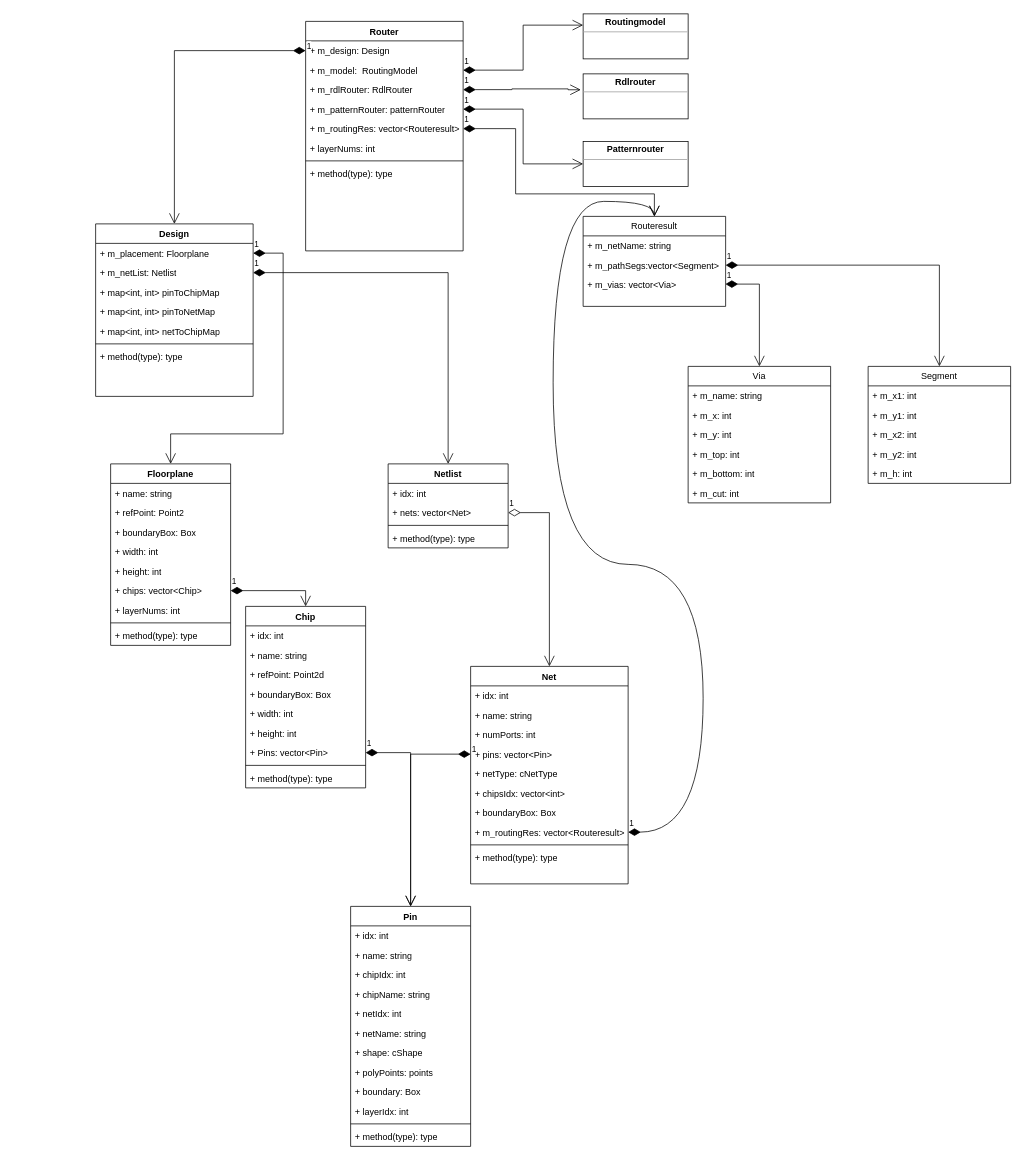
Davidlihuang/DrawIODir keeps this draw.io diagram as SoftWareTopLevel.drawio. Above is the earlier version. Source tidied: cells renumbered, new cells numbered last; positions are measured from the earlier drawing's top-left corner, leaving out a move shared by most shapes. Both pictures are drawn from the tidied source at 75%, with x=0, y=0 at pixel (95, 14).
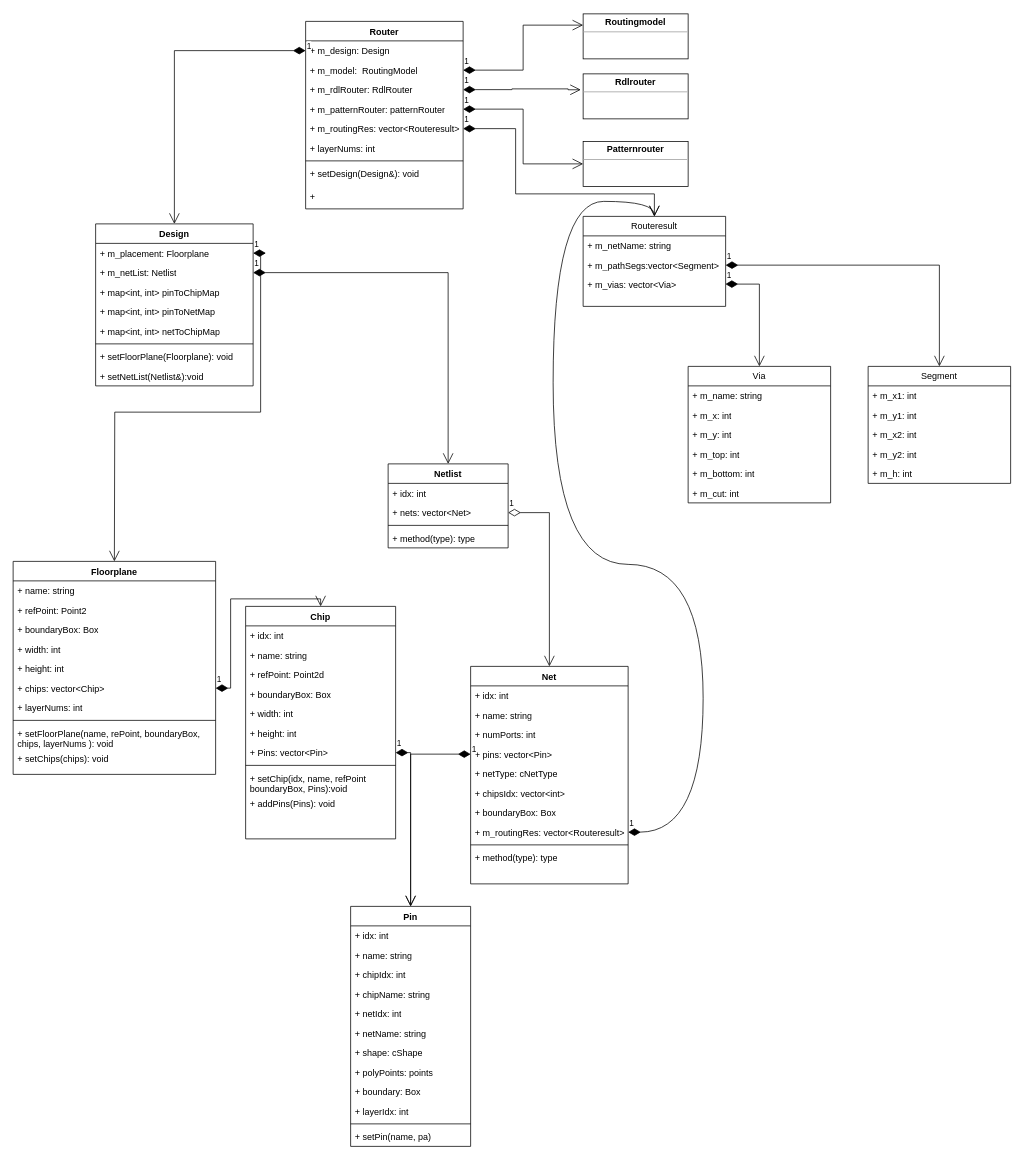
After the change.

Unchanged cells that the change refers to:
```xml
<mxCell id="22" value="Pin" style="swimlane;fontStyle=1;align=center;verticalAlign=top;horizontal=1;startSize=26;whiteSpace=wrap;html=1;" parent="1" vertex="1">
  <mxGeometry x="340" y="1190" width="160" height="320" as="geometry" />
</mxCell>
<mxCell id="56" value="+ m_placement: Floorplane" style="text;strokeColor=none;fillColor=none;align=left;verticalAlign=top;spacingLeft=4;spacingRight=4;overflow=hidden;points=[[0,0.5],[1,0.5]];portConstraint=eastwest;whiteSpace=wrap;html=1;" parent="55" vertex="1">
  <mxGeometry y="26" width="210" height="26" as="geometry" />
</mxCell>
```

Change to the diagram source:
```diff
@@
     <mxCell id="2" value="Floorplane" style="swimlane;fontStyle=1;align=center;verticalAlign=top;horizontal=1;startSize=26;whiteSpace=wrap;html=1;" parent="1" vertex="1">
-      <mxGeometry x="20" y="600" width="160" height="242" as="geometry" />
+      <mxGeometry x="-110" y="730" width="270" height="284" as="geometry" />
     </mxCell>
     <mxCell id="3" value="+ name: string" style="text;strokeColor=none;fillColor=none;align=left;verticalAlign=top;spacingLeft=4;spacingRight=4;overflow=hidden;whiteSpace=wrap;html=1;" parent="2" vertex="1">
-      <mxGeometry y="26" width="160" height="26" as="geometry" />
+      <mxGeometry y="26" width="270" height="26" as="geometry" />
     </mxCell>
     <mxCell id="4" value="+ refPoint: Point2" style="text;strokeColor=none;fillColor=none;align=left;verticalAlign=top;spacingLeft=4;spacingRight=4;overflow=hidden;whiteSpace=wrap;html=1;" parent="2" vertex="1">
-      <mxGeometry y="52" width="160" height="26" as="geometry" />
+      <mxGeometry y="52" width="270" height="26" as="geometry" />
     </mxCell>
     <mxCell id="5" value="+ boundaryBox: Box" style="text;strokeColor=none;fillColor=none;align=left;verticalAlign=top;spacingLeft=4;spacingRight=4;overflow=hidden;whiteSpace=wrap;html=1;" parent="2" vertex="1">
-      <mxGeometry y="78" width="160" height="26" as="geometry" />
+      <mxGeometry y="78" width="270" height="26" as="geometry" />
     </mxCell>
     <mxCell id="6" value="+ width: int" style="text;strokeColor=none;fillColor=none;align=left;verticalAlign=top;spacingLeft=4;spacingRight=4;overflow=hidden;whiteSpace=wrap;html=1;" parent="2" vertex="1">
-      <mxGeometry y="104" width="160" height="26" as="geometry" />
+      <mxGeometry y="104" width="270" height="26" as="geometry" />
     </mxCell>
     <mxCell id="7" value="+ height: int" style="text;strokeColor=none;fillColor=none;align=left;verticalAlign=top;spacingLeft=4;spacingRight=4;overflow=hidden;whiteSpace=wrap;html=1;" parent="2" vertex="1">
-      <mxGeometry y="130" width="160" height="26" as="geometry" />
+      <mxGeometry y="130" width="270" height="26" as="geometry" />
     </mxCell>
     <mxCell id="8" value="+ chips: vector&amp;lt;Chip&amp;gt;" style="text;strokeColor=none;fillColor=none;align=left;verticalAlign=top;spacingLeft=4;spacingRight=4;overflow=hidden;points=[[0,0.5],[1,0.5]];portConstraint=eastwest;whiteSpace=wrap;html=1;" parent="2" vertex="1">
-      <mxGeometry y="156" width="160" height="26" as="geometry" />
+      <mxGeometry y="156" width="270" height="26" as="geometry" />
     </mxCell>
     <mxCell id="9" value="+ layerNums: int" style="text;strokeColor=none;fillColor=none;align=left;verticalAlign=top;spacingLeft=4;spacingRight=4;overflow=hidden;whiteSpace=wrap;html=1;" parent="2" vertex="1">
-      <mxGeometry y="182" width="160" height="26" as="geometry" />
+      <mxGeometry y="182" width="270" height="26" as="geometry" />
     </mxCell>
     <mxCell id="10" style="line;strokeWidth=1;fillColor=none;align=left;verticalAlign=middle;spacingTop=-1;spacingLeft=3;spacingRight=3;labelPosition=right;strokeColor=inherit;" parent="2" vertex="1">
-      <mxGeometry y="208" width="160" height="8" as="geometry" />
+      <mxGeometry y="208" width="270" height="8" as="geometry" />
     </mxCell>
+    <mxCell id="102" value="+ setFloorPlane(name, rePoint, boundaryBox, chips, layerNums ): void" style="text;strokeColor=none;fillColor=none;align=left;verticalAlign=top;spacingLeft=4;spacingRight=4;overflow=hidden;whiteSpace=wrap;html=1;" parent="2" vertex="1">
+      <mxGeometry y="216" width="270" height="34" as="geometry" />
+    </mxCell>
-    <mxCell id="11" value="+ method(type): type" style="text;strokeColor=none;fillColor=none;align=left;verticalAlign=top;spacingLeft=4;spacingRight=4;overflow=hidden;whiteSpace=wrap;html=1;" parent="2" vertex="1">
-      <mxGeometry y="216" width="160" height="26" as="geometry" />
+    <mxCell id="11" value="+ setChips(chips): void" style="text;strokeColor=none;fillColor=none;align=left;verticalAlign=top;spacingLeft=4;spacingRight=4;overflow=hidden;whiteSpace=wrap;html=1;" parent="2" vertex="1">
+      <mxGeometry y="250" width="270" height="34" as="geometry" />
     </mxCell>
     <mxCell id="12" value="Chip" style="swimlane;fontStyle=1;align=center;verticalAlign=top;horizontal=1;startSize=26;whiteSpace=wrap;html=1;" parent="1" vertex="1">
-      <mxGeometry x="200" y="790" width="160" height="242" as="geometry" />
+      <mxGeometry x="200" y="790" width="200" height="310" as="geometry" />
     </mxCell>
     <mxCell id="13" value="+ idx: int" style="text;strokeColor=none;fillColor=none;align=left;verticalAlign=top;spacingLeft=4;spacingRight=4;overflow=hidden;whiteSpace=wrap;html=1;" parent="12" vertex="1">
-      <mxGeometry y="26" width="160" height="26" as="geometry" />
+      <mxGeometry y="26" width="200" height="26" as="geometry" />
     </mxCell>
     <mxCell id="14" value="+ name: string" style="text;strokeColor=none;fillColor=none;align=left;verticalAlign=top;spacingLeft=4;spacingRight=4;overflow=hidden;whiteSpace=wrap;html=1;" parent="12" vertex="1">
-      <mxGeometry y="52" width="160" height="26" as="geometry" />
+      <mxGeometry y="52" width="200" height="26" as="geometry" />
     </mxCell>
     <mxCell id="15" value="+ refPoint: Point2d" style="text;strokeColor=none;fillColor=none;align=left;verticalAlign=top;spacingLeft=4;spacingRight=4;overflow=hidden;whiteSpace=wrap;html=1;" parent="12" vertex="1">
-      <mxGeometry y="78" width="160" height="26" as="geometry" />
+      <mxGeometry y="78" width="200" height="26" as="geometry" />
     </mxCell>
     <mxCell id="16" value="+ boundaryBox: Box" style="text;strokeColor=none;fillColor=none;align=left;verticalAlign=top;spacingLeft=4;spacingRight=4;overflow=hidden;whiteSpace=wrap;html=1;" parent="12" vertex="1">
-      <mxGeometry y="104" width="160" height="26" as="geometry" />
+      <mxGeometry y="104" width="200" height="26" as="geometry" />
     </mxCell>
     <mxCell id="17" value="+ width: int" style="text;strokeColor=none;fillColor=none;align=left;verticalAlign=top;spacingLeft=4;spacingRight=4;overflow=hidden;whiteSpace=wrap;html=1;" parent="12" vertex="1">
-      <mxGeometry y="130" width="160" height="26" as="geometry" />
+      <mxGeometry y="130" width="200" height="26" as="geometry" />
     </mxCell>
     <mxCell id="18" value="+ height: int" style="text;strokeColor=none;fillColor=none;align=left;verticalAlign=top;spacingLeft=4;spacingRight=4;overflow=hidden;whiteSpace=wrap;html=1;" parent="12" vertex="1">
-      <mxGeometry y="156" width="160" height="26" as="geometry" />
+      <mxGeometry y="156" width="200" height="26" as="geometry" />
     </mxCell>
     <mxCell id="19" value="+ Pins: vector&amp;lt;Pin&amp;gt;" style="text;strokeColor=none;fillColor=none;align=left;verticalAlign=top;spacingLeft=4;spacingRight=4;overflow=hidden;points=[[0,0.5],[1,0.5]];portConstraint=eastwest;whiteSpace=wrap;html=1;" parent="12" vertex="1">
-      <mxGeometry y="182" width="160" height="26" as="geometry" />
+      <mxGeometry y="182" width="200" height="26" as="geometry" />
     </mxCell>
     <mxCell id="20" style="line;strokeWidth=1;fillColor=none;align=left;verticalAlign=middle;spacingTop=-1;spacingLeft=3;spacingRight=3;labelPosition=right;strokeColor=inherit;" parent="12" vertex="1">
-      <mxGeometry y="208" width="160" height="8" as="geometry" />
+      <mxGeometry y="208" width="200" height="8" as="geometry" />
     </mxCell>
-    <mxCell id="21" value="+ method(type): type" style="text;strokeColor=none;fillColor=none;align=left;verticalAlign=top;spacingLeft=4;spacingRight=4;overflow=hidden;whiteSpace=wrap;html=1;" parent="12" vertex="1">
-      <mxGeometry y="216" width="160" height="26" as="geometry" />
+    <mxCell id="21" value="+ setChip(idx, name, refPoint boundaryBox, Pins):void" style="text;strokeColor=none;fillColor=none;align=left;verticalAlign=top;spacingLeft=4;spacingRight=4;overflow=hidden;whiteSpace=wrap;html=1;" parent="12" vertex="1">
+      <mxGeometry y="216" width="200" height="34" as="geometry" />
     </mxCell>
+    <mxCell id="103" value="+ addPins(Pins): void" style="text;strokeColor=none;fillColor=none;align=left;verticalAlign=top;spacingLeft=4;spacingRight=4;overflow=hidden;whiteSpace=wrap;html=1;" parent="12" vertex="1">
+      <mxGeometry y="250" width="200" height="30" as="geometry" />
+    </mxCell>
+    <mxCell id="104" style="text;strokeColor=none;fillColor=none;align=left;verticalAlign=top;spacingLeft=4;spacingRight=4;overflow=hidden;whiteSpace=wrap;html=1;" parent="12" vertex="1">
+      <mxGeometry y="280" width="200" height="30" as="geometry" />
+    </mxCell>
@@
-    <mxCell id="34" value="+ method(type): type" style="text;strokeColor=none;fillColor=none;align=left;verticalAlign=top;spacingLeft=4;spacingRight=4;overflow=hidden;whiteSpace=wrap;html=1;" parent="22" vertex="1">
+    <mxCell id="34" value="+ setPin(name, pa)" style="text;strokeColor=none;fillColor=none;align=left;verticalAlign=top;spacingLeft=4;spacingRight=4;overflow=hidden;whiteSpace=wrap;html=1;" parent="22" vertex="1">
       <mxGeometry y="294" width="160" height="26" as="geometry" />
     </mxCell>
@@
     <mxCell id="55" value="Design" style="swimlane;fontStyle=1;align=center;verticalAlign=top;horizontal=1;startSize=26;whiteSpace=wrap;html=1;" parent="1" vertex="1">
-      <mxGeometry y="280" width="210" height="230" as="geometry" />
+      <mxGeometry y="280" width="210" height="216" as="geometry" />
     </mxCell>
@@
-    <mxCell id="62" value="+ method(type): type" style="text;strokeColor=none;fillColor=none;align=left;verticalAlign=top;spacingLeft=4;spacingRight=4;overflow=hidden;whiteSpace=wrap;html=1;" parent="55" vertex="1">
-      <mxGeometry y="164" width="210" height="66" as="geometry" />
+    <mxCell id="62" value="+ setFloorPlane(Floorplane): void" style="text;strokeColor=none;fillColor=none;align=left;verticalAlign=top;spacingLeft=4;spacingRight=4;overflow=hidden;whiteSpace=wrap;html=1;" parent="55" vertex="1">
+      <mxGeometry y="164" width="210" height="26" as="geometry" />
     </mxCell>
+    <mxCell id="105" value="+ setNetList(Netlist&amp;amp;):void" style="text;strokeColor=none;fillColor=none;align=left;verticalAlign=top;spacingLeft=4;spacingRight=4;overflow=hidden;whiteSpace=wrap;html=1;" parent="55" vertex="1">
+      <mxGeometry y="190" width="210" height="26" as="geometry" />
+    </mxCell>
     <mxCell id="63" value="Router&lt;br&gt;" style="swimlane;fontStyle=1;align=center;verticalAlign=top;horizontal=1;startSize=26;whiteSpace=wrap;html=1;" parent="1" vertex="1">
-      <mxGeometry x="280" y="10" width="210" height="306" as="geometry" />
+      <mxGeometry x="280" y="10" width="210" height="250" as="geometry" />
     </mxCell>
@@
-    <mxCell id="71" value="+ method(type): type" style="text;strokeColor=none;fillColor=none;align=left;verticalAlign=top;spacingLeft=4;spacingRight=4;overflow=hidden;whiteSpace=wrap;html=1;" parent="63" vertex="1">
-      <mxGeometry y="190" width="210" height="116" as="geometry" />
+    <mxCell id="71" value="+ setDesign(Design&amp;amp;): void" style="text;strokeColor=none;fillColor=none;align=left;verticalAlign=top;spacingLeft=4;spacingRight=4;overflow=hidden;whiteSpace=wrap;html=1;" parent="63" vertex="1">
+      <mxGeometry y="190" width="210" height="30" as="geometry" />
     </mxCell>
+    <mxCell id="106" value="+&amp;nbsp;" style="text;strokeColor=none;fillColor=none;align=left;verticalAlign=top;spacingLeft=4;spacingRight=4;overflow=hidden;whiteSpace=wrap;html=1;" parent="63" vertex="1">
+      <mxGeometry y="220" width="210" height="30" as="geometry" />
+    </mxCell>
@@
-    <mxCell id="75" value="1" style="endArrow=open;html=1;endSize=12;startArrow=diamondThin;startSize=14;startFill=1;edgeStyle=orthogonalEdgeStyle;align=left;verticalAlign=bottom;rounded=0;exitX=1;exitY=0.5;exitDx=0;exitDy=0;entryX=0.5;entryY=0;entryDx=0;entryDy=0;" parent="1" edge="1" source="56" target="2">
+    <mxCell id="75" value="1" style="endArrow=open;html=1;endSize=12;startArrow=diamondThin;startSize=14;startFill=1;edgeStyle=orthogonalEdgeStyle;align=left;verticalAlign=bottom;rounded=0;exitX=1;exitY=0.5;exitDx=0;exitDy=0;" parent="1" edge="1" source="56">
       <mxGeometry x="-1" y="3" relative="1" as="geometry">
-        <Array as="points">
-          <mxPoint x="250" y="319" />
-          <mxPoint x="250" y="560" />
-          <mxPoint x="100" y="560" />
-        </Array>
+        <mxPoint x="25" y="730" as="targetPoint" />
       </mxGeometry>
     </mxCell>
```
